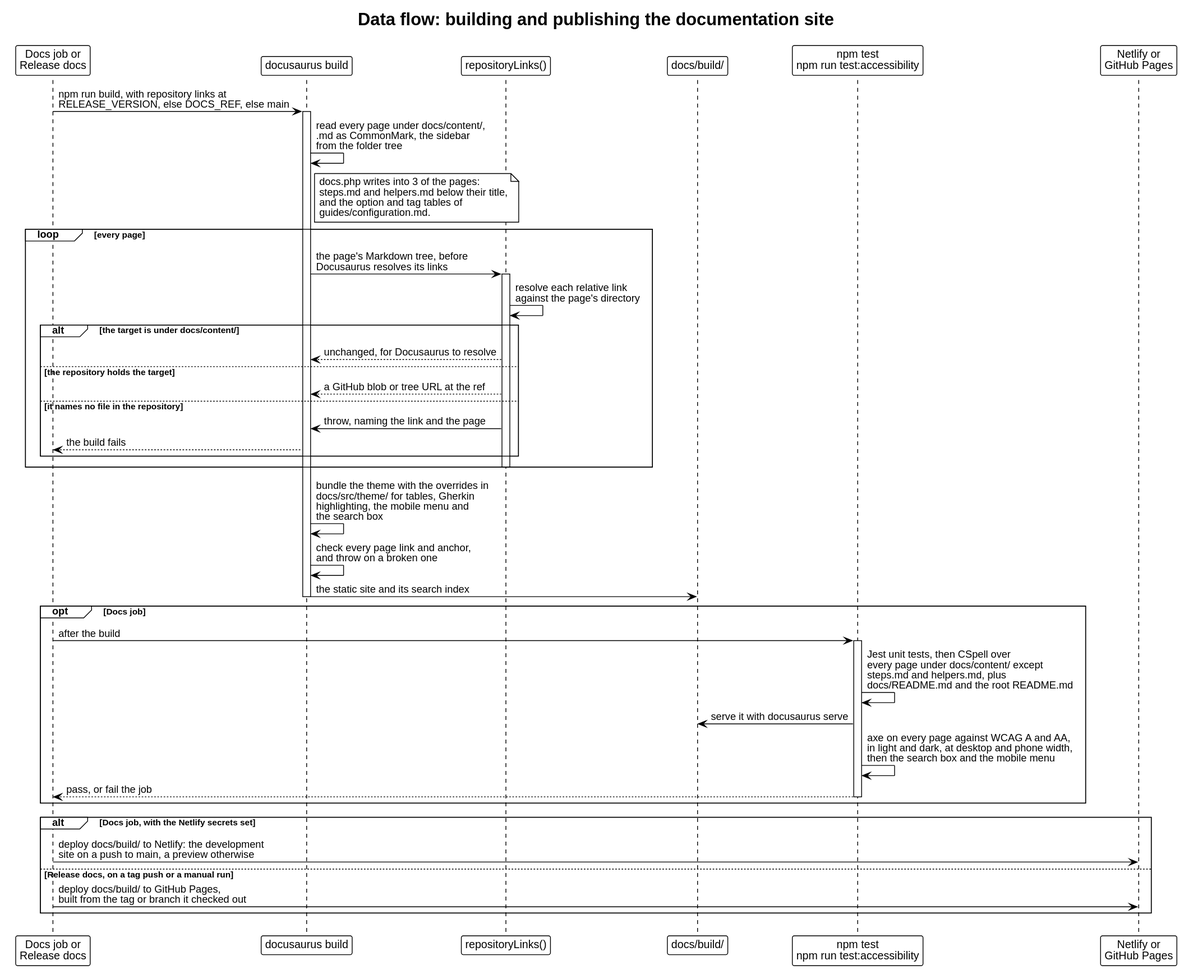
Before: docs/content/architecture/dataflow-docs-site.svg, a diagram exported from PlantUML (drevops/behat-steps).
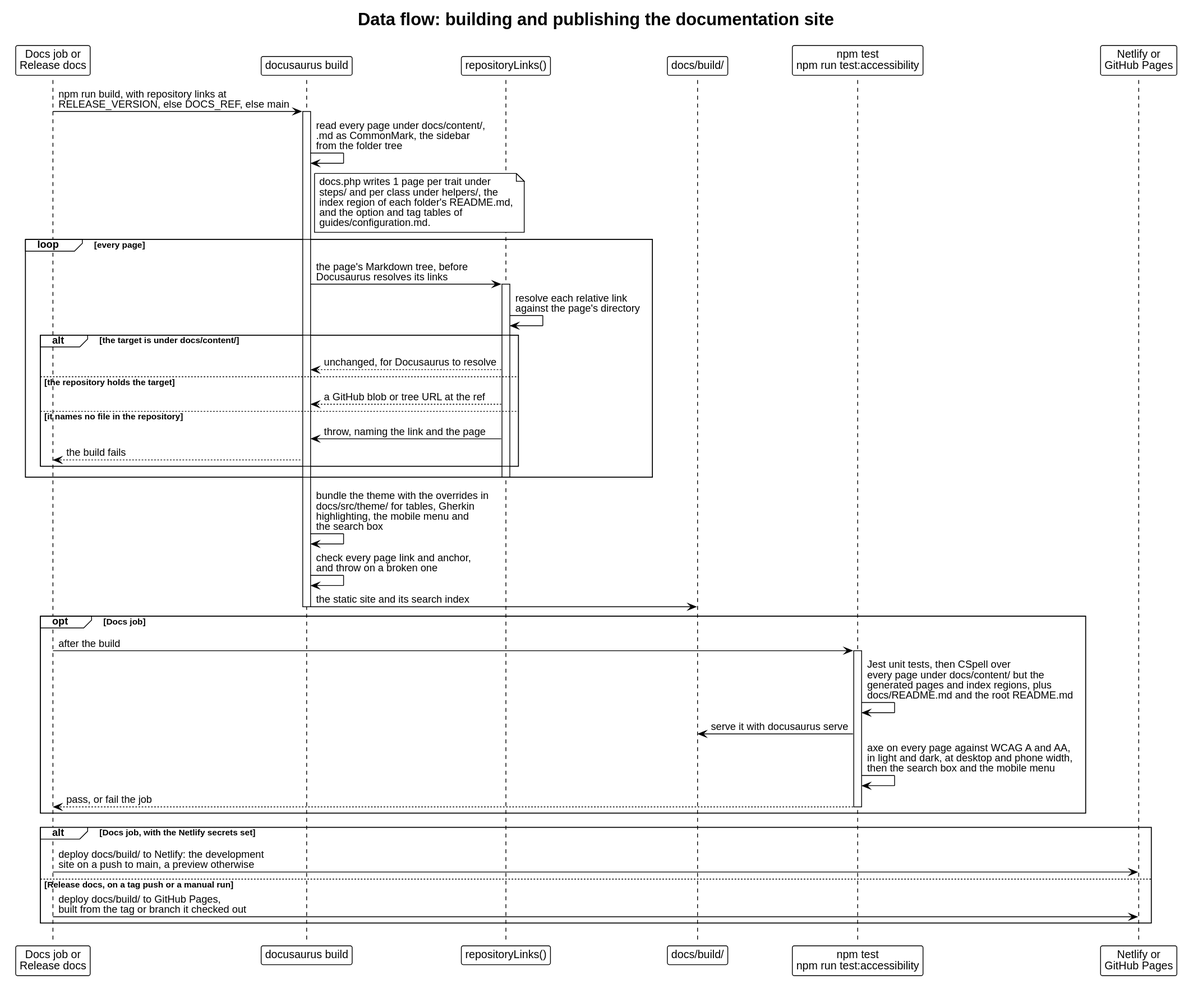
After the commit.

Diff of the diagram source:
```diff
@@ -16,8 +16,9 @@
 activate Build
 Build -> Build: read every page under docs/content/,\n.md as CommonMark, the sidebar\nfrom the folder tree
 note right of Build
-  docs.php writes into 3 of the pages:
-  steps.md and helpers.md below their title,
+  docs.php writes 1 page per trait under
+  steps/ and per class under helpers/, the
+  index region of each folder's README.md,
   and the option and tag tables of
   guides/configuration.md.
 end note
@@ -45,7 +46,7 @@
 opt Docs job
   CI -> Checks: after the build
   activate Checks
-  Checks -> Checks: Jest unit tests, then CSpell over\nevery page under docs/content/ except\nsteps.md and helpers.md, plus\ndocs/README.md and the root README.md
+  Checks -> Checks: Jest unit tests, then CSpell over\nevery page under docs/content/ but the\ngenerated pages and index regions, plus\ndocs/README.md and the root README.md
   Checks -> Out: serve it with docusaurus serve
   Checks -> Checks: axe on every page against WCAG A and AA,\nin light and dark, at desktop and phone width,\nthen the search box and the mobile menu
   Checks --> CI: pass, or fail the job
```
